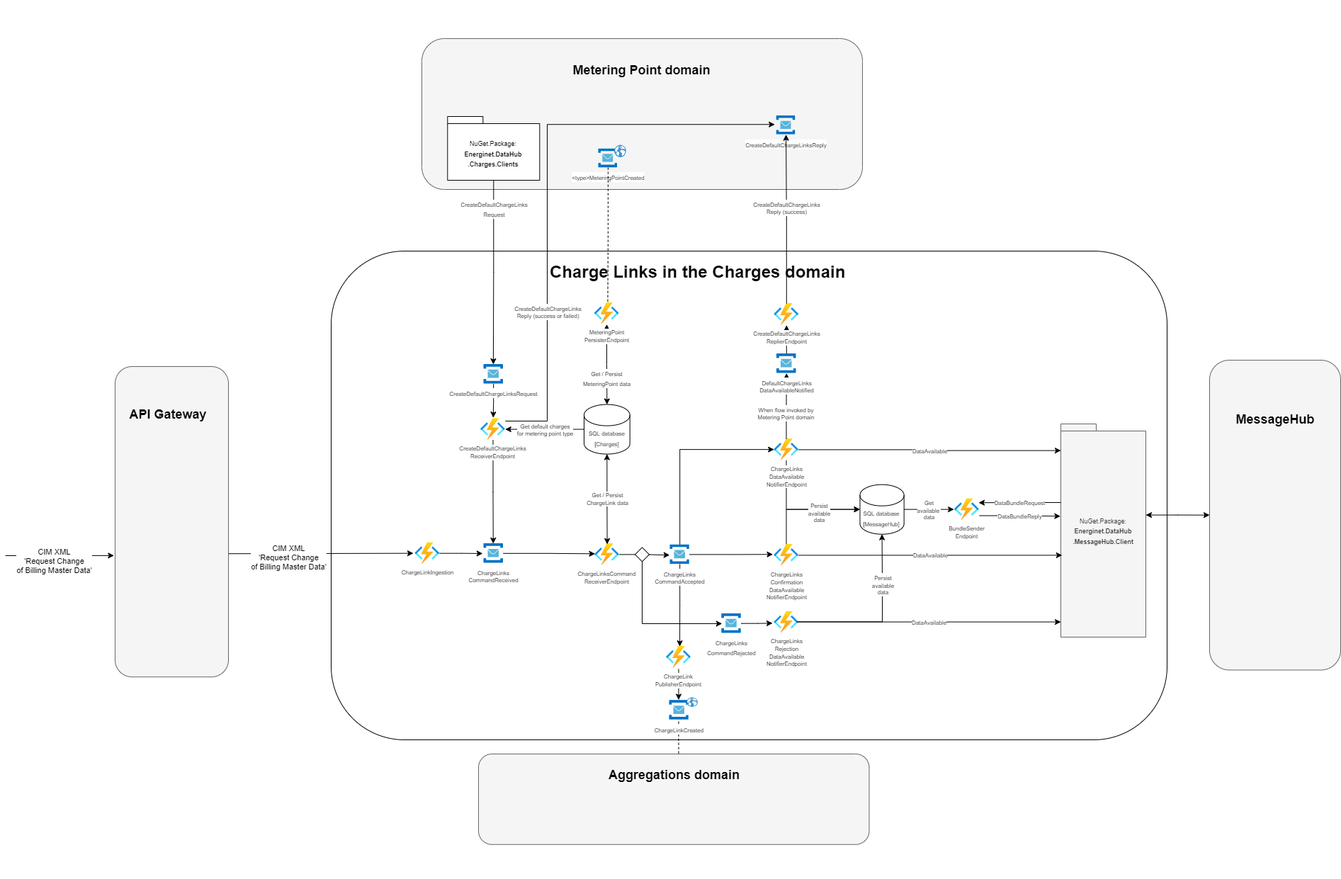
The draw.io diagram ARCHITECTURE-ChargeLinks.png in Energinet-DataHub/ARCHIVED-geh-charges, before a commit. Source tidied: cells renumbered, new cells last; positions are measured from the earlier drawing's top-left corner, leaving out a move shared by most shapes.
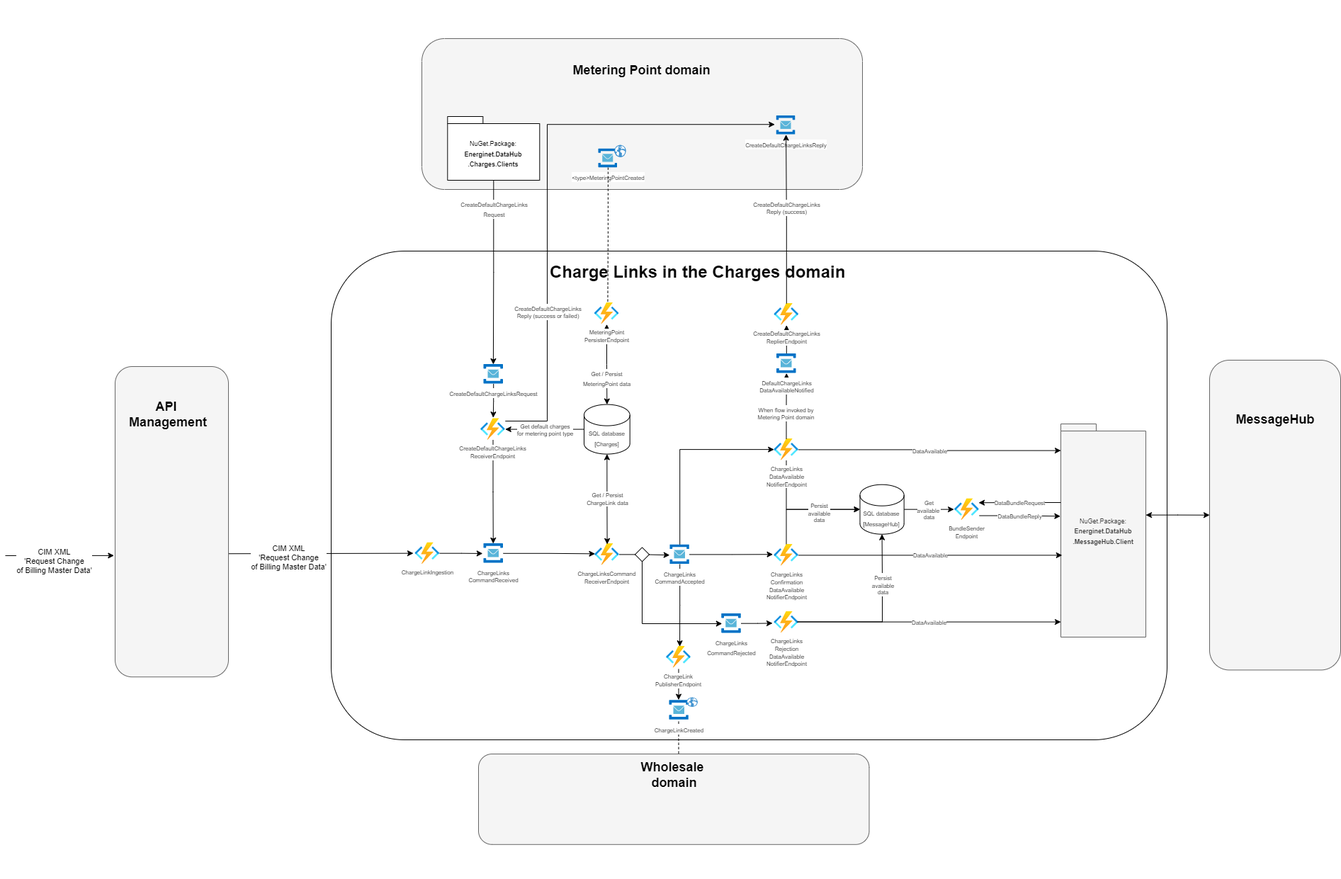
After the change.

Commit message:
Changed API gateway to mgmt and Agg to Wholesale

What changed in the source:
```diff
@@ -158,7 +158,7 @@
     <mxCell id="47" style="rounded=1;whiteSpace=wrap;html=1;fillColor=#f5f5f5;strokeColor=#666666;fontColor=#333333;" parent="46" vertex="1">
       <mxGeometry x="-1" width="551.5" height="127.8" as="geometry" />
     </mxCell>
-    <mxCell id="48" value="&lt;b&gt;&lt;font style=&quot;font-size: 18px&quot;&gt;Aggregations domain&lt;/font&gt;&lt;/b&gt;" style="text;html=1;strokeColor=none;fillColor=none;align=center;verticalAlign=middle;whiteSpace=wrap;rounded=0;" parent="46" vertex="1">
+    <mxCell id="48" value="&lt;b&gt;&lt;font style=&quot;font-size: 18px&quot;&gt;Wholesale &lt;br&gt;domain&lt;/font&gt;&lt;/b&gt;" style="text;html=1;strokeColor=none;fillColor=none;align=center;verticalAlign=middle;whiteSpace=wrap;rounded=0;" parent="46" vertex="1">
       <mxGeometry x="155.1" y="9.1" width="241.3" height="41.2" as="geometry" />
     </mxCell>
     <mxCell id="49" value="&lt;div&gt;&lt;span style=&quot;font-size: 8px&quot;&gt;Get&lt;/span&gt;&lt;/div&gt;&lt;font style=&quot;font-size: 8px&quot;&gt;&lt;div&gt;available &lt;br&gt;data&lt;/div&gt;&lt;/font&gt;" style="edgeStyle=orthogonalEdgeStyle;rounded=0;jettySize=auto;html=1;entryX=-0.026;entryY=0.499;entryDx=0;entryDy=0;entryPerimeter=0;startArrow=none;startFill=0;endArrow=classic;endFill=1;align=center;" parent="9" edge="1" source="50" target="28">
@@ -292,7 +292,7 @@
     <mxCell id="81" style="rounded=1;whiteSpace=wrap;html=1;fillColor=#f5f5f5;strokeColor=#666666;fontColor=#333333;" parent="80" vertex="1">
       <mxGeometry width="160" height="438.2" as="geometry" />
     </mxCell>
-    <mxCell id="82" value="&lt;b&gt;&lt;font style=&quot;font-size: 18px&quot;&gt;API Gateway&lt;/font&gt;&lt;/b&gt;" style="text;html=1;strokeColor=none;fillColor=none;align=center;verticalAlign=middle;whiteSpace=wrap;rounded=0;" parent="80" vertex="1">
+    <mxCell id="82" value="&lt;b&gt;&lt;font style=&quot;font-size: 18px&quot;&gt;API &lt;br&gt;Management&lt;/font&gt;&lt;/b&gt;" style="text;html=1;strokeColor=none;fillColor=none;align=center;verticalAlign=middle;whiteSpace=wrap;rounded=0;" parent="80" vertex="1">
       <mxGeometry y="56.8" width="150" height="22.6" as="geometry" />
     </mxCell>
     <mxCell id="83" value="CIM XML&lt;br&gt;'Request Change&lt;br&gt;of Billing Master Data'" style="endArrow=classic;html=1;entryX=-0.01;entryY=0.609;entryDx=0;entryDy=0;entryPerimeter=0;" parent="1" edge="1" target="81">
```
